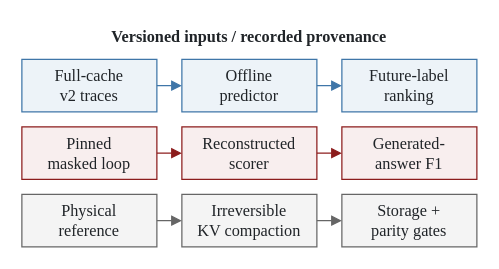
Before: paper_icdm/figures/evaluation_paths.drawio in lzbaclz/KVSalienceBench, a draw.io diagram. Source tidied: cells renumbered, new cells numbered last; positions are measured from the earlier drawing's top-left corner, leaving out a move shared by most shapes. Both pictures are drawn from the tidied source at 125%, with x=0, y=0 at pixel (21, 21).
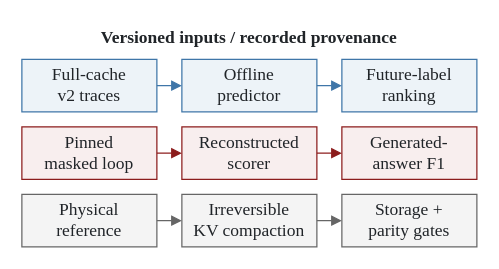
The same diagram, later.

Diff of the diagram source:
```diff
@@
 <mxGraphModel>
   <root>
     <mxCell id="0" />
     <mxCell id="1" parent="0" />
-    <mxCell id="2" value="Versioned inputs / recorded provenance" style="text;html=0;align=center;verticalAlign=middle;fontStyle=1;fontFamily=Liberation Serif;fontSize=13;fontColor=#202428;" parent="1" vertex="1">
+    <mxCell id="2" value="Versioned inputs / recorded provenance" style="text;html=0;align=center;verticalAlign=middle;fontStyle=1;fontFamily=Liberation Serif;fontSize=14;fontColor=#202428;" parent="1" vertex="1">
       <mxGeometry width="364" height="22" as="geometry" />
     </mxCell>
-    <mxCell id="3" value="Full-cache&#10;v2 traces" style="rounded=0;whiteSpace=wrap;html=0;fillColor=#edf3f8;strokeColor=#3f76a8;strokeWidth=1;fontFamily=Liberation Serif;fontSize=13;fontColor=#202428;" parent="1" vertex="1">
+    <mxCell id="3" value="Full-cache&#10;v2 traces" style="rounded=0;whiteSpace=wrap;html=0;fillColor=#edf3f8;strokeColor=#3f76a8;strokeWidth=1;fontFamily=Liberation Serif;fontSize=14;fontColor=#202428;" parent="1" vertex="1">
       <mxGeometry y="30" width="108" height="42" as="geometry" />
     </mxCell>
-    <mxCell id="4" value="Offline&#10;predictor" style="rounded=0;whiteSpace=wrap;html=0;fillColor=#edf3f8;strokeColor=#3f76a8;strokeWidth=1;fontFamily=Liberation Serif;fontSize=13;fontColor=#202428;" parent="1" vertex="1">
+    <mxCell id="4" value="Offline&#10;predictor" style="rounded=0;whiteSpace=wrap;html=0;fillColor=#edf3f8;strokeColor=#3f76a8;strokeWidth=1;fontFamily=Liberation Serif;fontSize=14;fontColor=#202428;" parent="1" vertex="1">
       <mxGeometry x="128" y="30" width="108" height="42" as="geometry" />
     </mxCell>
-    <mxCell id="5" value="Future-label&#10;ranking" style="rounded=0;whiteSpace=wrap;html=0;fillColor=#edf3f8;strokeColor=#3f76a8;strokeWidth=1;fontFamily=Liberation Serif;fontSize=13;fontColor=#202428;" parent="1" vertex="1">
+    <mxCell id="5" value="Future-label&#10;ranking" style="rounded=0;whiteSpace=wrap;html=0;fillColor=#edf3f8;strokeColor=#3f76a8;strokeWidth=1;fontFamily=Liberation Serif;fontSize=14;fontColor=#202428;" parent="1" vertex="1">
       <mxGeometry x="256" y="30" width="108" height="42" as="geometry" />
     </mxCell>
     <mxCell id="6" style="edgeStyle=orthogonalEdgeStyle;endArrow=block;endFill=1;strokeColor=#3f76a8;strokeWidth=1;" parent="1" edge="1" source="3" target="4">
       <mxGeometry relative="1" as="geometry" />
     </mxCell>
     <mxCell id="7" style="edgeStyle=orthogonalEdgeStyle;endArrow=block;endFill=1;strokeColor=#3f76a8;strokeWidth=1;" parent="1" edge="1" source="4" target="5">
       <mxGeometry relative="1" as="geometry" />
     </mxCell>
-    <mxCell id="8" value="Pinned&#10;masked loop" style="rounded=0;whiteSpace=wrap;html=0;fillColor=#f8eeee;strokeColor=#8c1d1d;strokeWidth=1;fontFamily=Liberation Serif;fontSize=13;fontColor=#202428;" parent="1" vertex="1">
+    <mxCell id="8" value="Pinned&#10;masked loop" style="rounded=0;whiteSpace=wrap;html=0;fillColor=#f8eeee;strokeColor=#8c1d1d;strokeWidth=1;fontFamily=Liberation Serif;fontSize=14;fontColor=#202428;" parent="1" vertex="1">
       <mxGeometry y="84" width="108" height="42" as="geometry" />
     </mxCell>
-    <mxCell id="9" value="Reconstructed&#10;scorer" style="rounded=0;whiteSpace=wrap;html=0;fillColor=#f8eeee;strokeColor=#8c1d1d;strokeWidth=1;fontFamily=Liberation Serif;fontSize=13;fontColor=#202428;" parent="1" vertex="1">
+    <mxCell id="9" value="Reconstructed&#10;scorer" style="rounded=0;whiteSpace=wrap;html=0;fillColor=#f8eeee;strokeColor=#8c1d1d;strokeWidth=1;fontFamily=Liberation Serif;fontSize=14;fontColor=#202428;" parent="1" vertex="1">
       <mxGeometry x="128" y="84" width="108" height="42" as="geometry" />
     </mxCell>
-    <mxCell id="10" value="Generated-&#10;answer F1" style="rounded=0;whiteSpace=wrap;html=0;fillColor=#f8eeee;strokeColor=#8c1d1d;strokeWidth=1;fontFamily=Liberation Serif;fontSize=13;fontColor=#202428;" parent="1" vertex="1">
+    <mxCell id="10" value="Generated-&#10;answer F1" style="rounded=0;whiteSpace=wrap;html=0;fillColor=#f8eeee;strokeColor=#8c1d1d;strokeWidth=1;fontFamily=Liberation Serif;fontSize=14;fontColor=#202428;" parent="1" vertex="1">
       <mxGeometry x="256" y="84" width="108" height="42" as="geometry" />
     </mxCell>
     <mxCell id="11" style="edgeStyle=orthogonalEdgeStyle;endArrow=block;endFill=1;strokeColor=#8c1d1d;strokeWidth=1;" parent="1" edge="1" source="8" target="9">
       <mxGeometry relative="1" as="geometry" />
     </mxCell>
     <mxCell id="12" style="edgeStyle=orthogonalEdgeStyle;endArrow=block;endFill=1;strokeColor=#8c1d1d;strokeWidth=1;" parent="1" edge="1" source="9" target="10">
       <mxGeometry relative="1" as="geometry" />
     </mxCell>
-    <mxCell id="13" value="Physical&#10;reference" style="rounded=0;whiteSpace=wrap;html=0;fillColor=#f4f4f4;strokeColor=#666666;strokeWidth=1;fontFamily=Liberation Serif;fontSize=13;fontColor=#202428;" parent="1" vertex="1">
+    <mxCell id="13" value="Physical&#10;reference" style="rounded=0;whiteSpace=wrap;html=0;fillColor=#f4f4f4;strokeColor=#666666;strokeWidth=1;fontFamily=Liberation Serif;fontSize=14;fontColor=#202428;" parent="1" vertex="1">
       <mxGeometry y="138" width="108" height="42" as="geometry" />
     </mxCell>
-    <mxCell id="14" value="Irreversible&#10;KV compaction" style="rounded=0;whiteSpace=wrap;html=0;fillColor=#f4f4f4;strokeColor=#666666;strokeWidth=1;fontFamily=Liberation Serif;fontSize=13;fontColor=#202428;" parent="1" vertex="1">
+    <mxCell id="14" value="Irreversible&#10;KV compaction" style="rounded=0;whiteSpace=wrap;html=0;fillColor=#f4f4f4;strokeColor=#666666;strokeWidth=1;fontFamily=Liberation Serif;fontSize=14;fontColor=#202428;" parent="1" vertex="1">
       <mxGeometry x="128" y="138" width="108" height="42" as="geometry" />
     </mxCell>
-    <mxCell id="15" value="Storage +&#10;parity gates" style="rounded=0;whiteSpace=wrap;html=0;fillColor=#f4f4f4;strokeColor=#666666;strokeWidth=1;fontFamily=Liberation Serif;fontSize=13;fontColor=#202428;" parent="1" vertex="1">
+    <mxCell id="15" value="Storage +&#10;parity gates" style="rounded=0;whiteSpace=wrap;html=0;fillColor=#f4f4f4;strokeColor=#666666;strokeWidth=1;fontFamily=Liberation Serif;fontSize=14;fontColor=#202428;" parent="1" vertex="1">
       <mxGeometry x="256" y="138" width="108" height="42" as="geometry" />
     </mxCell>
     <mxCell id="16" style="edgeStyle=orthogonalEdgeStyle;endArrow=block;endFill=1;strokeColor=#666666;strokeWidth=1;" parent="1" edge="1" source="13" target="14">
       <mxGeometry relative="1" as="geometry" />
     </mxCell>
     <mxCell id="17" style="edgeStyle=orthogonalEdgeStyle;endArrow=block;endFill=1;strokeColor=#666666;strokeWidth=1;" parent="1" edge="1" source="14" target="15">
       <mxGeometry relative="1" as="geometry" />
     </mxCell>
   </root>
 </mxGraphModel>
```
